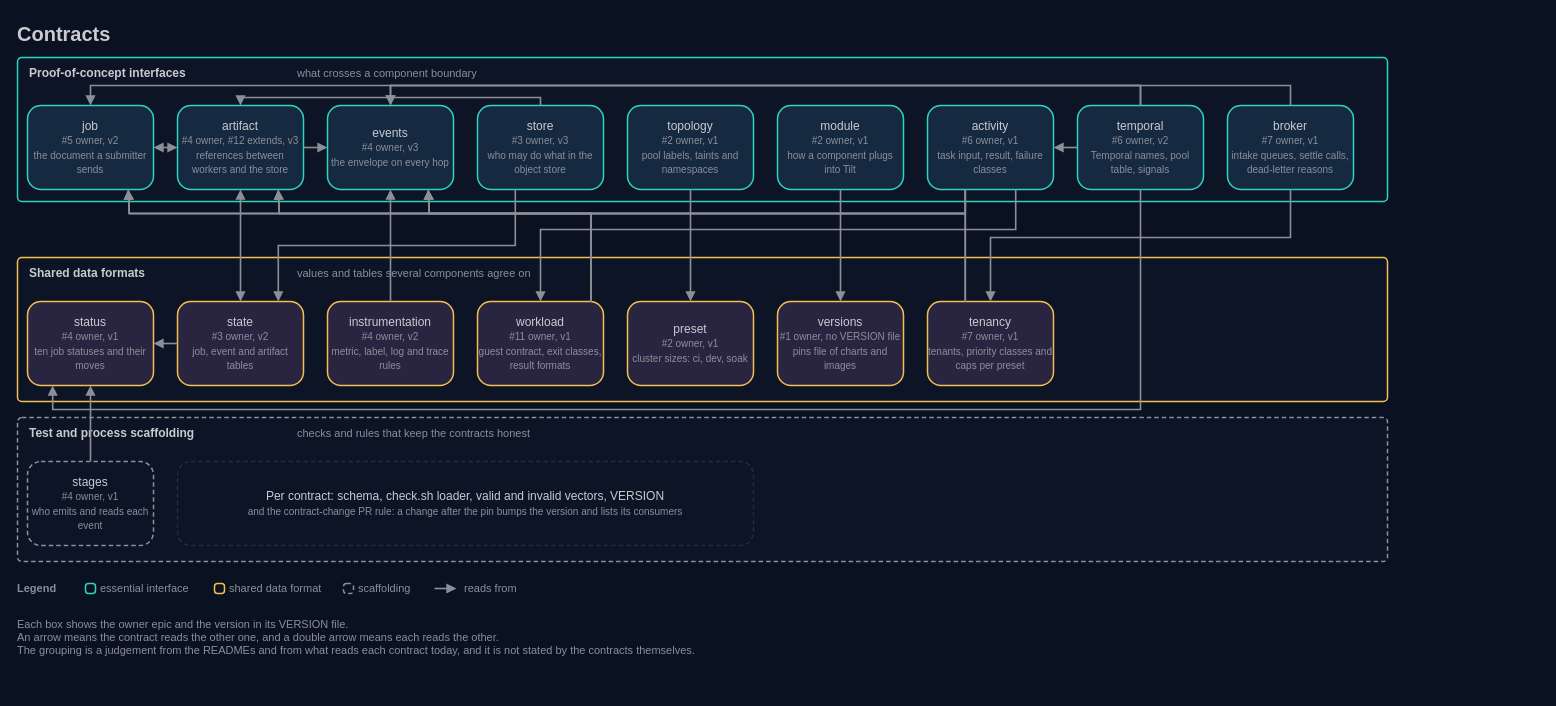
The draw.io diagram docs/architecture/15-contracts.drawio in AndoNorth/disyard, before the edit. Source tidied: cells renumbered, new cells numbered last; positions are measured from the earlier drawing's top-left corner, leaving out a move shared by most shapes. Both pictures are drawn from the tidied source at 100%, with x=0, y=0 at pixel (17, 17).
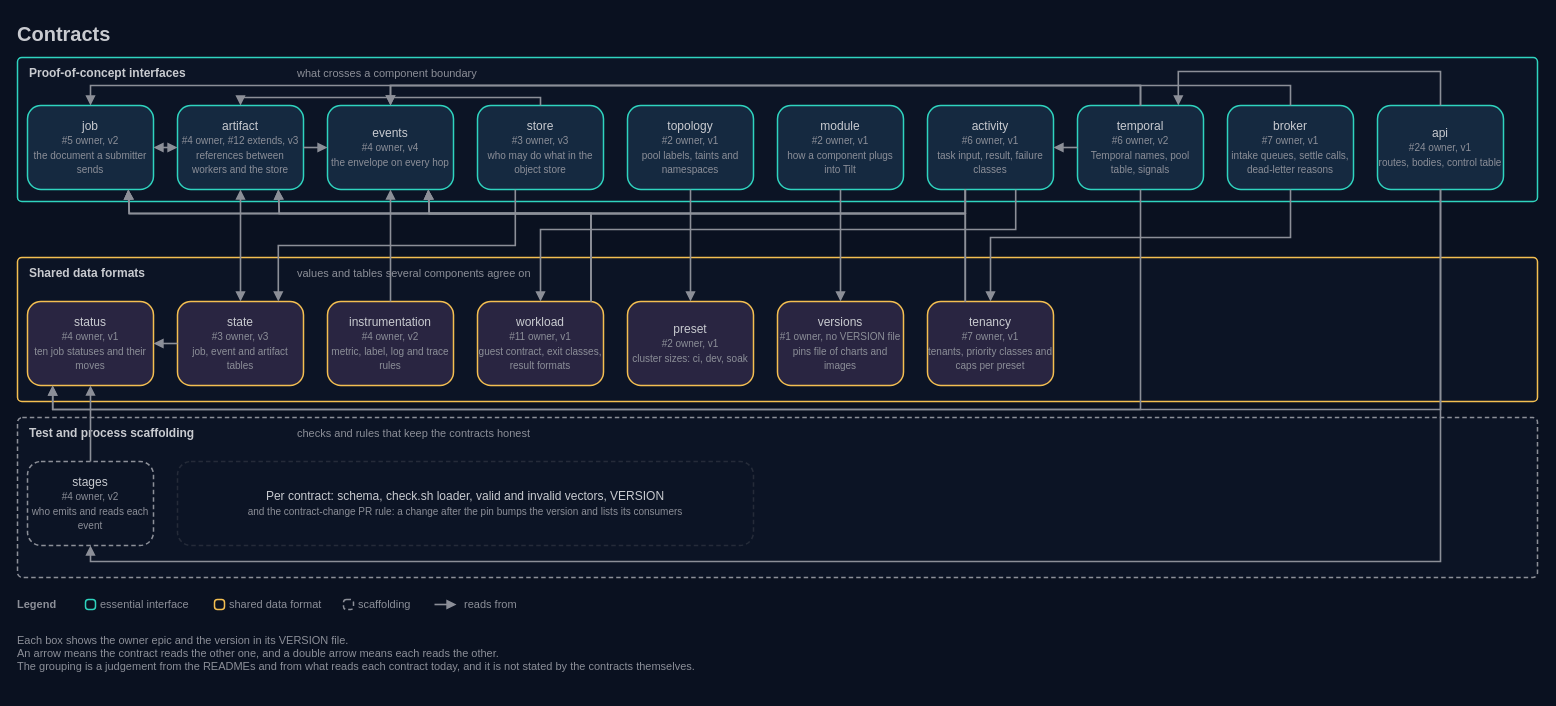
The same page after the edit.

The change refers to these unchanged cells:
```xml
<mxCell id="14" value="temporal&lt;br&gt;&lt;font color=&quot;#8c8f98&quot; style=&quot;font-size:10px&quot;&gt;#6 owner, v2&lt;br&gt;Temporal names, pool table, signals&lt;/font&gt;" style="rounded=1;arcSize=16;html=1;whiteSpace=wrap;fillColor=#152940;strokeColor=#2fd4bf;strokeWidth=1.5;fontColor=#c9cbd0;fontSize=12;fontFamily=IBM Plex Sans;align=center;verticalAlign=middle;" parent="1" vertex="1">
  <mxGeometry x="1060" y="88" width="126" height="84" as="geometry" />
</mxCell>
<mxCell id="20" value="status&lt;br&gt;&lt;font color=&quot;#8c8f98&quot; style=&quot;font-size:10px&quot;&gt;#4 owner, v1&lt;br&gt;ten job statuses and their moves&lt;/font&gt;" style="rounded=1;arcSize=16;html=1;whiteSpace=wrap;fillColor=#292541;strokeColor=#f4bf51;strokeWidth=1.5;fontColor=#c9cbd0;fontSize=12;fontFamily=IBM Plex Sans;align=center;verticalAlign=middle;" parent="1" vertex="1">
  <mxGeometry x="10" y="284" width="126" height="84" as="geometry" />
</mxCell>
```

What changed in the source:
```diff
@@
     <mxCell id="2" value="Contracts" style="text;html=1;strokeColor=none;fillColor=none;align=left;verticalAlign=middle;whiteSpace=nowrap;fontColor=#c9cbd0;fontSize=20;fontStyle=1;fontFamily=IBM Plex Sans;spacing=0;" parent="1" vertex="1">
-      <mxGeometry width="1370" height="32" as="geometry" />
+      <mxGeometry width="1520" height="32" as="geometry" />
     </mxCell>
     <mxCell id="3" style="rounded=1;arcSize=3;html=1;whiteSpace=wrap;fillColor=#0c1425;strokeColor=#2fd4bf;strokeWidth=1.5;fontColor=#c9cbd0;fontSize=12;fontFamily=IBM Plex Sans;verticalAlign=top;align=left;" parent="1" vertex="1">
-      <mxGeometry y="40" width="1370" height="144" as="geometry" />
+      <mxGeometry y="40" width="1520" height="144" as="geometry" />
     </mxCell>
@@
     <mxCell id="6" style="rounded=1;arcSize=3;html=1;whiteSpace=wrap;fillColor=#0c1425;strokeColor=#f4bf51;strokeWidth=1.5;fontColor=#c9cbd0;fontSize=12;fontFamily=IBM Plex Sans;verticalAlign=top;align=left;" parent="1" vertex="1">
-      <mxGeometry y="240" width="1370" height="144" as="geometry" />
+      <mxGeometry y="240" width="1520" height="144" as="geometry" />
     </mxCell>
@@
     <mxCell id="9" style="rounded=1;arcSize=3;html=1;whiteSpace=wrap;fillColor=#0c1425;strokeColor=#8c8f98;strokeWidth=1.5;dashed=1;dashPattern=3 2;fontColor=#c9cbd0;fontSize=12;fontFamily=IBM Plex Sans;verticalAlign=top;align=left;" parent="1" vertex="1">
-      <mxGeometry y="400" width="1370" height="144" as="geometry" />
+      <mxGeometry y="400" width="1520" height="160" as="geometry" />
     </mxCell>
@@
-    <mxCell id="16" value="events&lt;br&gt;&lt;font color=&quot;#8c8f98&quot; style=&quot;font-size:10px&quot;&gt;#4 owner, v3&lt;br&gt;the envelope on every hop&lt;/font&gt;" style="rounded=1;arcSize=16;html=1;whiteSpace=wrap;fillColor=#152940;strokeColor=#2fd4bf;strokeWidth=1.5;fontColor=#c9cbd0;fontSize=12;fontFamily=IBM Plex Sans;align=center;verticalAlign=middle;" parent="1" vertex="1">
+    <mxCell id="16" value="events&lt;br&gt;&lt;font color=&quot;#8c8f98&quot; style=&quot;font-size:10px&quot;&gt;#4 owner, v4&lt;br&gt;the envelope on every hop&lt;/font&gt;" style="rounded=1;arcSize=16;html=1;whiteSpace=wrap;fillColor=#152940;strokeColor=#2fd4bf;strokeWidth=1.5;fontColor=#c9cbd0;fontSize=12;fontFamily=IBM Plex Sans;align=center;verticalAlign=middle;" parent="1" vertex="1">
       <mxGeometry x="310" y="88" width="126" height="84" as="geometry" />
     </mxCell>
@@
-    <mxCell id="21" value="state&lt;br&gt;&lt;font color=&quot;#8c8f98&quot; style=&quot;font-size:10px&quot;&gt;#3 owner, v2&lt;br&gt;job, event and artifact tables&lt;/font&gt;" style="rounded=1;arcSize=16;html=1;whiteSpace=wrap;fillColor=#292541;strokeColor=#f4bf51;strokeWidth=1.5;fontColor=#c9cbd0;fontSize=12;fontFamily=IBM Plex Sans;align=center;verticalAlign=middle;" parent="1" vertex="1">
+    <mxCell id="21" value="state&lt;br&gt;&lt;font color=&quot;#8c8f98&quot; style=&quot;font-size:10px&quot;&gt;#3 owner, v3&lt;br&gt;job, event and artifact tables&lt;/font&gt;" style="rounded=1;arcSize=16;html=1;whiteSpace=wrap;fillColor=#292541;strokeColor=#f4bf51;strokeWidth=1.5;fontColor=#c9cbd0;fontSize=12;fontFamily=IBM Plex Sans;align=center;verticalAlign=middle;" parent="1" vertex="1">
       <mxGeometry x="160" y="284" width="126" height="84" as="geometry" />
     </mxCell>
@@
-    <mxCell id="25" value="stages&lt;br&gt;&lt;font color=&quot;#8c8f98&quot; style=&quot;font-size:10px&quot;&gt;#4 owner, v1&lt;br&gt;who emits and reads each event&lt;/font&gt;" style="rounded=1;arcSize=16;html=1;whiteSpace=wrap;fillColor=#0c1425;strokeColor=#8c8f98;strokeWidth=1.5;dashed=1;dashPattern=3 2;fontColor=#c9cbd0;fontSize=12;fontFamily=IBM Plex Sans;align=center;verticalAlign=middle;" parent="1" vertex="1">
+    <mxCell id="25" value="stages&lt;br&gt;&lt;font color=&quot;#8c8f98&quot; style=&quot;font-size:10px&quot;&gt;#4 owner, v2&lt;br&gt;who emits and reads each event&lt;/font&gt;" style="rounded=1;arcSize=16;html=1;whiteSpace=wrap;fillColor=#0c1425;strokeColor=#8c8f98;strokeWidth=1.5;dashed=1;dashPattern=3 2;fontColor=#c9cbd0;fontSize=12;fontFamily=IBM Plex Sans;align=center;verticalAlign=middle;" parent="1" vertex="1">
       <mxGeometry x="10" y="444" width="126" height="84" as="geometry" />
     </mxCell>
@@
+    <mxCell id="65" value="api&lt;br&gt;&lt;font color=&quot;#8c8f98&quot; style=&quot;font-size:10px&quot;&gt;#24 owner, v1&lt;br&gt;routes, bodies, control table&lt;/font&gt;" style="rounded=1;arcSize=16;html=1;whiteSpace=wrap;fillColor=#152940;strokeColor=#2fd4bf;strokeWidth=1.5;fontColor=#c9cbd0;fontSize=12;fontFamily=IBM Plex Sans;align=center;verticalAlign=middle;" parent="1" vertex="1">
+      <mxGeometry x="1360" y="88" width="126" height="84" as="geometry" />
+    </mxCell>
+    <mxCell id="66" style="endArrow=block;endFill=1;startArrow=none;startFill=1;html=1;rounded=0;strokeColor=#8c8f98;strokeWidth=1.6;exitX=0.5;exitY=1;exitDx=0;exitDy=0;entryX=0.5;entryY=1;entryDx=0;entryDy=0;" parent="1" edge="1" source="65" target="25">
+      <mxGeometry relative="1" as="geometry">
+        <Array as="points">
+          <mxPoint x="1423" y="544" />
+          <mxPoint x="73" y="544" />
+        </Array>
+      </mxGeometry>
+    </mxCell>
+    <mxCell id="67" style="endArrow=block;endFill=1;startArrow=none;startFill=1;html=1;rounded=0;strokeColor=#8c8f98;strokeWidth=1.6;exitX=0.5;exitY=1;exitDx=0;exitDy=0;entryX=0.2;entryY=1;entryDx=0;entryDy=0;" parent="1" edge="1" source="65" target="20">
+      <mxGeometry relative="1" as="geometry">
+        <Array as="points">
+          <mxPoint x="1423" y="392" />
+          <mxPoint x="35.2" y="392" />
+        </Array>
+      </mxGeometry>
+    </mxCell>
+    <mxCell id="68" style="endArrow=block;endFill=1;startArrow=none;startFill=1;html=1;rounded=0;strokeColor=#8c8f98;strokeWidth=1.6;exitX=0.5;exitY=0;exitDx=0;exitDy=0;entryX=0.8;entryY=0;entryDx=0;entryDy=0;" parent="1" edge="1" source="65" target="14">
+      <mxGeometry relative="1" as="geometry">
+        <Array as="points">
+          <mxPoint x="1423" y="54" />
+          <mxPoint x="1160.8" y="54" />
+        </Array>
+      </mxGeometry>
+    </mxCell>
@@
     <mxCell id="55" value="Legend" style="text;html=1;strokeColor=none;fillColor=none;align=left;verticalAlign=middle;whiteSpace=nowrap;fontColor=#8c8f98;fontSize=11;fontStyle=1;fontFamily=IBM Plex Sans;spacing=0;" parent="1" vertex="1">
-      <mxGeometry y="562" width="60" height="18" as="geometry" />
+      <mxGeometry y="578" width="60" height="18" as="geometry" />
     </mxCell>
     <mxCell id="56" style="rounded=1;arcSize=30;html=1;fillColor=none;strokeColor=#2fd4bf;strokeWidth=1.5;" parent="1" vertex="1">
-      <mxGeometry x="68" y="566" width="10" height="10" as="geometry" />
+      <mxGeometry x="68" y="582" width="10" height="10" as="geometry" />
     </mxCell>
     <mxCell id="57" value="essential interface" style="text;html=1;strokeColor=none;fillColor=none;align=left;verticalAlign=middle;whiteSpace=nowrap;fontColor=#8c8f98;fontSize=11;fontFamily=IBM Plex Sans;spacing=0;" parent="1" vertex="1">
-      <mxGeometry x="83" y="562" width="100" height="18" as="geometry" />
+      <mxGeometry x="83" y="578" width="100" height="18" as="geometry" />
     </mxCell>
     <mxCell id="58" style="rounded=1;arcSize=30;html=1;fillColor=none;strokeColor=#f4bf51;strokeWidth=1.5;" parent="1" vertex="1">
-      <mxGeometry x="197" y="566" width="10" height="10" as="geometry" />
+      <mxGeometry x="197" y="582" width="10" height="10" as="geometry" />
     </mxCell>
     <mxCell id="59" value="shared data format" style="text;html=1;strokeColor=none;fillColor=none;align=left;verticalAlign=middle;whiteSpace=nowrap;fontColor=#8c8f98;fontSize=11;fontFamily=IBM Plex Sans;spacing=0;" parent="1" vertex="1">
-      <mxGeometry x="212" y="562" width="100" height="18" as="geometry" />
+      <mxGeometry x="212" y="578" width="100" height="18" as="geometry" />
     </mxCell>
     <mxCell id="60" style="rounded=1;arcSize=30;html=1;fillColor=none;strokeColor=#8c8f98;strokeWidth=1.5;dashed=1;dashPattern=3 2;" parent="1" vertex="1">
-      <mxGeometry x="326" y="566" width="10" height="10" as="geometry" />
+      <mxGeometry x="326" y="582" width="10" height="10" as="geometry" />
     </mxCell>
     <mxCell id="61" value="scaffolding" style="text;html=1;strokeColor=none;fillColor=none;align=left;verticalAlign=middle;whiteSpace=nowrap;fontColor=#8c8f98;fontSize=11;fontFamily=IBM Plex Sans;spacing=0;" parent="1" vertex="1">
-      <mxGeometry x="341" y="562" width="62" height="18" as="geometry" />
+      <mxGeometry x="341" y="578" width="62" height="18" as="geometry" />
     </mxCell>
     <mxCell id="62" style="endArrow=block;endFill=1;html=1;rounded=0;strokeColor=#8c8f98;strokeWidth=1.6;" parent="1" edge="1">
       <mxGeometry relative="1" as="geometry">
-        <mxPoint x="417" y="571" as="sourcePoint" />
-        <mxPoint x="439" y="571" as="targetPoint" />
+        <mxPoint x="417" y="587" as="sourcePoint" />
+        <mxPoint x="439" y="587" as="targetPoint" />
       </mxGeometry>
     </mxCell>
     <mxCell id="63" value="reads from" style="text;html=1;strokeColor=none;fillColor=none;align=left;verticalAlign=middle;whiteSpace=nowrap;fontColor=#8c8f98;fontSize=11;fontFamily=IBM Plex Sans;spacing=0;" parent="1" vertex="1">
-      <mxGeometry x="447" y="562" width="70" height="18" as="geometry" />
+      <mxGeometry x="447" y="578" width="70" height="18" as="geometry" />
     </mxCell>
     <mxCell id="64" value="Each box shows the owner epic and the version in its VERSION file.&lt;br&gt;An arrow means the contract reads the other one, and a double arrow means each reads the other.&lt;br&gt;The grouping is a judgement from the READMEs and from what reads each contract today, and it is not stated by the contracts themselves." style="text;html=1;strokeColor=none;fillColor=none;align=left;verticalAlign=top;whiteSpace=wrap;fontColor=#8c8f98;fontSize=11;fontFamily=IBM Plex Sans;spacing=0;" parent="1" vertex="1">
-      <mxGeometry y="596" width="1370" height="60" as="geometry" />
+      <mxGeometry y="612" width="1520" height="60" as="geometry" />
     </mxCell>
```
